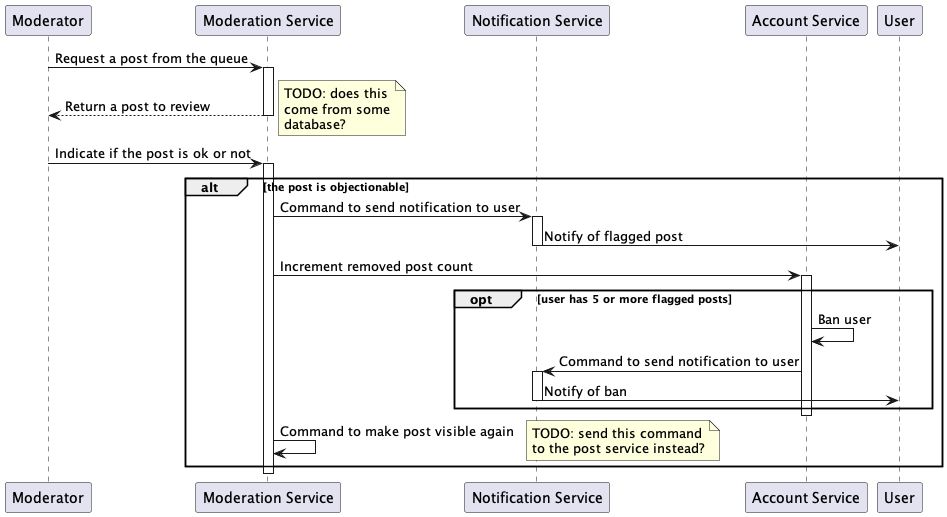
Above: usecases/Moderation/diagrams/sequence_diagrams/review.png in MatthewM46/Blog-Website (PlantUML), before the change.
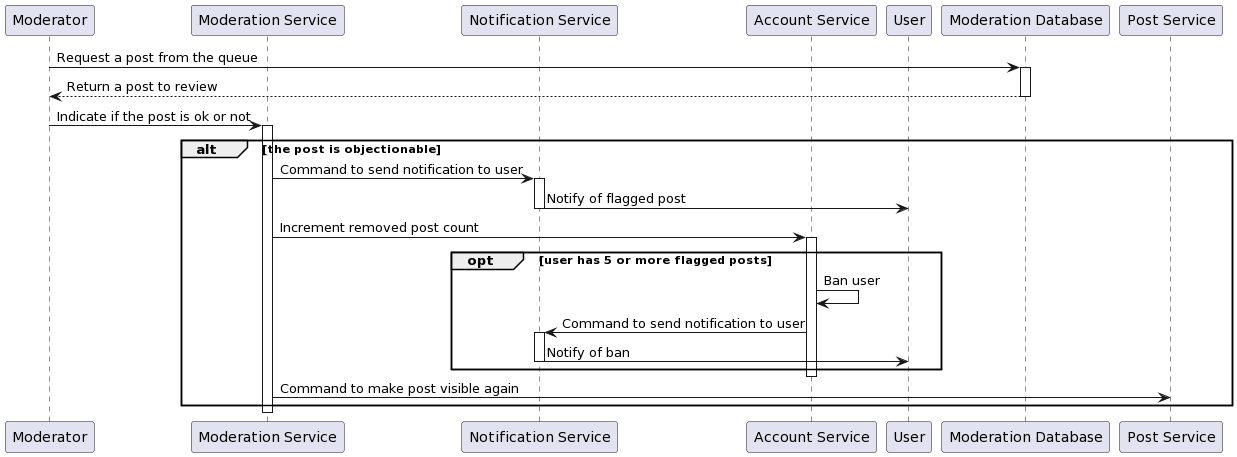
Later version of the same file.

Commit message:
Clarify "Post Review" Usecase #23

Change to the diagram source:
```diff
@@ -1,21 +1,18 @@
 @startuml
-
 participant "Moderator" as mod
 participant "Moderation Service" as modserv
 participant "Notification Service" as notserv
 participant "Account Service" as accserv
 participant "User" as user
+participant "Moderation Database" as db
+participant "Post Service" as post
 
-mod -> modserv: Request a post from the queue
-activate modserv
-modserv --> mod: Return a post to review
-deactivate modserv
+mod -> db: Request a post from the queue
+activate db
+db --> mod: Return a post to review
+deactivate db
 
-note right
-	TODO: does this
-	come from some
-	database?
-end note
+
 
 mod -> modserv: Indicate if the post is ok or not
 activate modserv
@@ -43,15 +40,10 @@
 
 deactivate accserv
 
-modserv -> modserv: Command to make post visible again
+modserv -> post: Command to make post visible again
 
-note right
-	TODO: send this command
-	to the post service instead?
-end note
 
 end
 
 deactivate modserv
-
 @enduml
```
